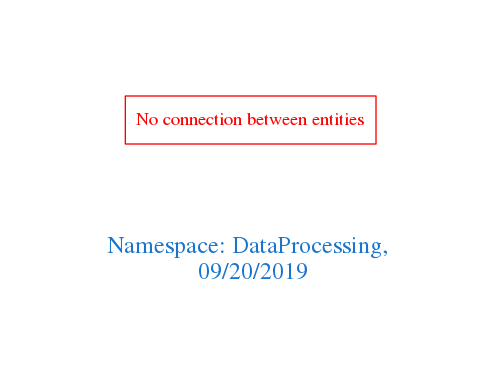
The Graphviz diagram downloads/DataProcessing.png in arago/OGIT, before a commit. Its source is kept beside it as downloads/DataProcessing.dot.
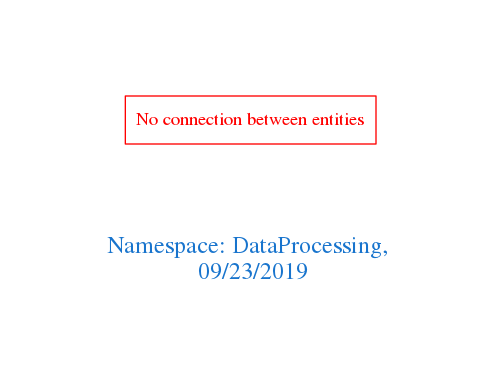
Above is the later version.

The edit, as a diff of the source:
```diff
@@ -1,7 +1,7 @@
 digraph OGIT_ontology {
  graph [ rankdir= LR,pad=1
 fontsize = 18,
-fontcolor= dodgerblue3,label = "\n\n\nNamespace: DataProcessing, \n 09/20/2019"];
+fontcolor= dodgerblue3,label = "\n\n\nNamespace: DataProcessing, \n 09/23/2019"];
 node[shape=polygon];
 edge [  color="gray81"];
 
```
